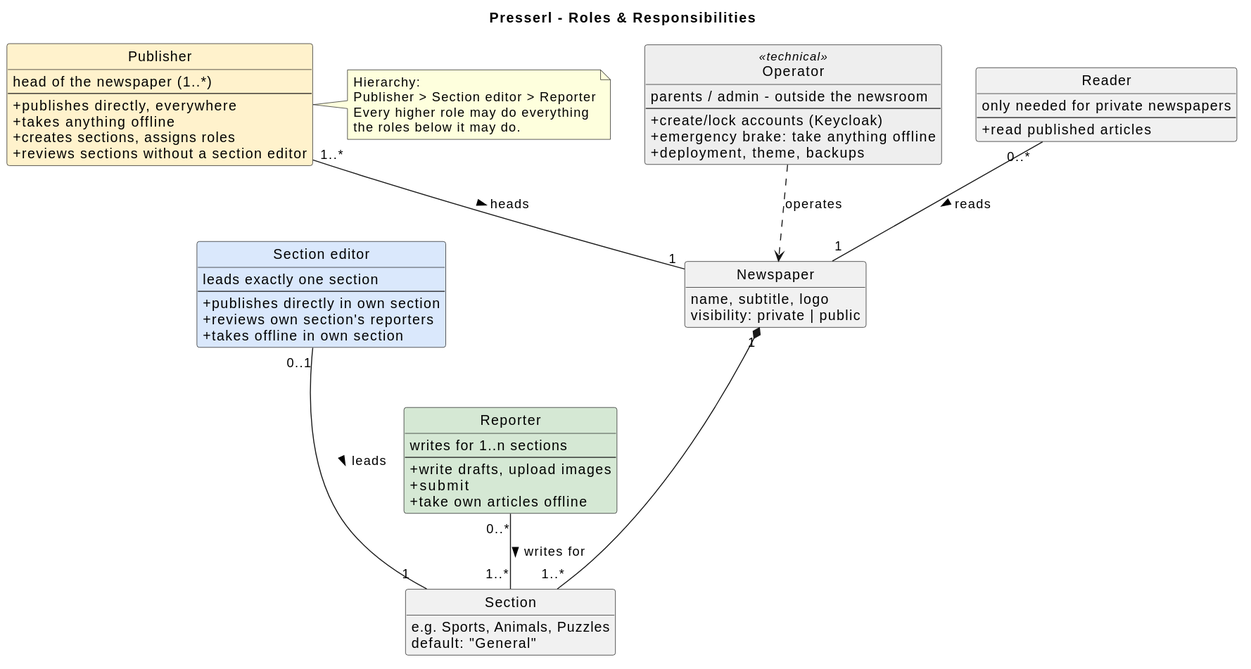
Earlier version of the PlantUML export docs/diagrams/roles.svg (UnterrainerInformatik/presserl). Its diagram source:
```plantuml
@startuml
title Presserl - Roles & Responsibilities
skinparam shadowing false
skinparam defaultFontName Sans-Serif
skinparam classAttributeIconSize 0
hide empty members
hide circle

class "Operator" as Operator <<technical>> #EEEEEE {
  parents / admin - outside the newsroom
  --
  + create/lock accounts (Keycloak)
  + emergency brake: take anything offline
  + deployment, theme, backups
}

class "Newspaper" as Newspaper {
  name, subtitle, logo
  visibility: private | public
}

class "Section" as Section {
  e.g. Sports, Animals, Puzzles
  default: "General"
}

class "Publisher" as Publisher #FFF2CC {
  head of the newspaper (1..*)
  --
  + publishes directly, everywhere
  + takes anything offline
  + creates sections, assigns roles
  + reviews sections without a section editor
}

class "Section editor" as Chief #DAE8FC {
  leads exactly one section
  --
  + publishes directly in own section
  + reviews own section's reporters
  + takes offline in own section
}

class "Reporter" as Reporter #D5E8D4 {
  writes for 1..n sections
  --
  + write drafts, upload images
  + submit
  + take own articles offline
}

class "Reader" as Reader {
  only needed for private newspapers
  --
  + read published articles
}

Operator ..> Newspaper : operates
Publisher "1..*" -- "1" Newspaper : heads >
Newspaper "1" *-- "1..*" Section
Chief "0..1" -- "1" Section : leads >
Reporter "0..*" -- "1..*" Section : writes for >
Reader "0..*" -- "1" Newspaper : reads >

Publisher -[hidden]down- Chief
Chief -[hidden]down- Reporter

note right of Publisher
  Hierarchy:
  Publisher > Section editor > Reporter
  Every higher role may do everything
  the roles below it may do.
end note
@enduml
```
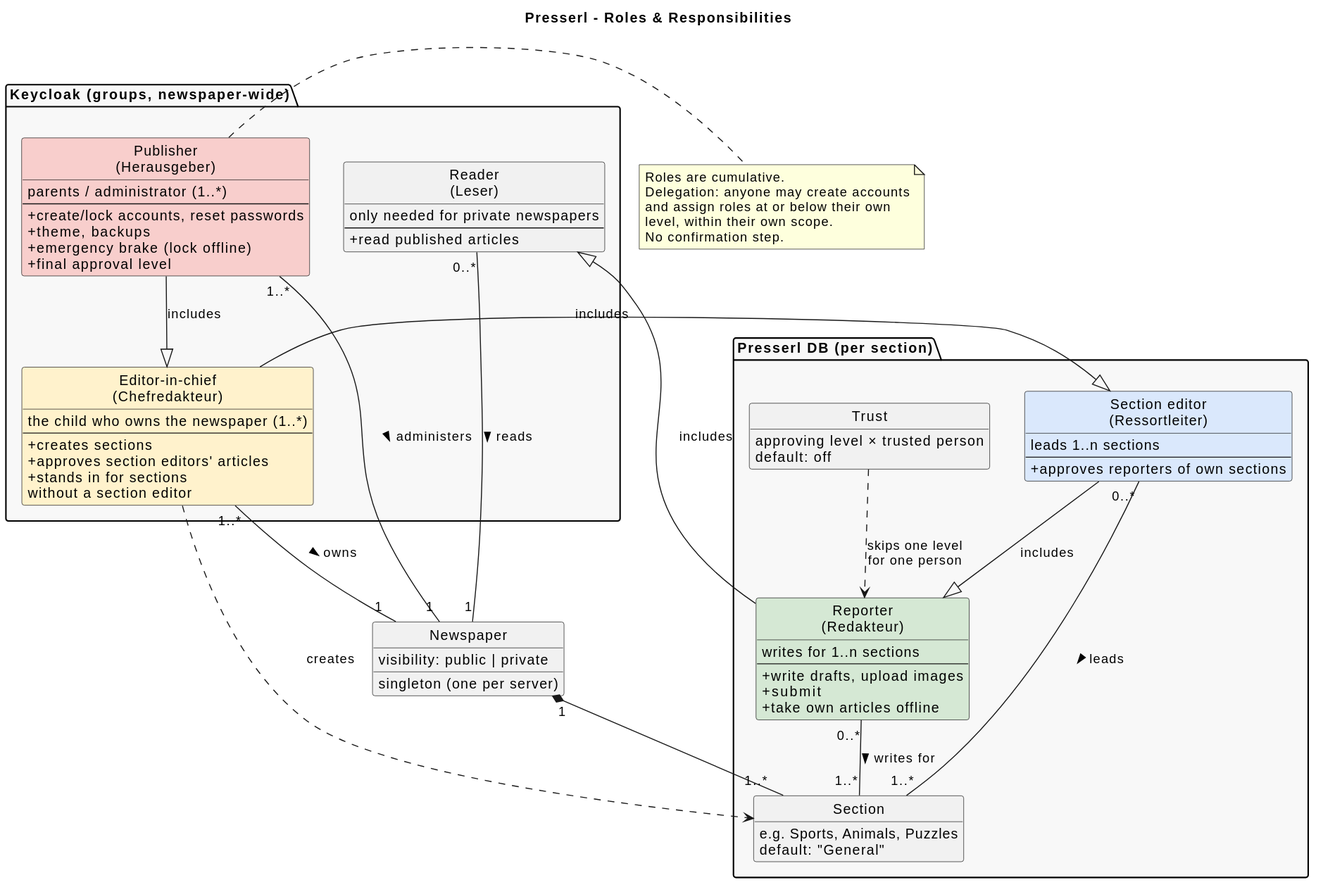
The same file after the commit.

The edit, as a diff of the source:
```diff
@@ -6,69 +6,83 @@
 hide empty members
 hide circle
 
-class "Operator" as Operator <<technical>> #EEEEEE {
-  parents / admin - outside the newsroom
-  --
-  + create/lock accounts (Keycloak)
-  + emergency brake: take anything offline
-  + deployment, theme, backups
+package "Keycloak (groups, newspaper-wide)" #F8F8F8 {
+  class "Publisher\n(Herausgeber)" as Publisher #F8CECC {
+    parents / administrator (1..*)
+    --
+    + create/lock accounts, reset passwords
+    + theme, backups
+    + emergency brake (lock offline)
+    + final approval level
+  }
+
+  class "Editor-in-chief\n(Chefredakteur)" as Chief #FFF2CC {
+    the child who owns the newspaper (1..*)
+    --
+    + creates sections
+    + approves section editors' articles
+    + stands in for sections
+      without a section editor
+  }
+
+  class "Reader\n(Leser)" as Reader {
+    only needed for private newspapers
+    --
+    + read published articles
+  }
+}
+
+package "Presserl DB (per section)" #F8F8F8 {
+  class "Section editor\n(Ressortleiter)" as SectionEditor #DAE8FC {
+    leads 1..n sections
+    --
+    + approves reporters of own sections
+  }
+
+  class "Reporter\n(Redakteur)" as Reporter #D5E8D4 {
+    writes for 1..n sections
+    --
+    + write drafts, upload images
+    + submit
+    + take own articles offline
+  }
+
+  class "Section" as Section {
+    e.g. Sports, Animals, Puzzles
+    default: "General"
+  }
+
+  class "Trust" as Trust {
+    approving level × trusted person
+    default: off
+  }
 }
 
 class "Newspaper" as Newspaper {
-  name, subtitle, logo
-  visibility: private | public
+  singleton (one per server)
+  visibility: public | private
 }
 
-class "Section" as Section {
-  e.g. Sports, Animals, Puzzles
-  default: "General"
-}
+Publisher "1..*" -- "1" Newspaper : administers >
+Chief "1..*" -- "1" Newspaper : owns >
+Reader "0..*" -- "1" Newspaper : reads >
+Newspaper "1" *-- "1..*" Section
+SectionEditor "0..*" -- "1..*" Section : leads >
+Reporter "0..*" -- "1..*" Section : writes for >
+Chief ..> Section : creates
 
-class "Publisher" as Publisher #FFF2CC {
-  head of the newspaper (1..*)
-  --
-  + publishes directly, everywhere
-  + takes anything offline
-  + creates sections, assigns roles
-  + reviews sections without a section editor
-}
+Publisher -down-|> Chief : includes
+Chief -down-|> SectionEditor : includes
+SectionEditor -down-|> Reporter : includes
+Reporter -down-|> Reader : includes
 
-class "Section editor" as Chief #DAE8FC {
-  leads exactly one section
-  --
-  + publishes directly in own section
-  + reviews own section's reporters
-  + takes offline in own section
-}
-
-class "Reporter" as Reporter #D5E8D4 {
-  writes for 1..n sections
-  --
-  + write drafts, upload images
-  + submit
-  + take own articles offline
-}
-
-class "Reader" as Reader {
-  only needed for private newspapers
-  --
-  + read published articles
-}
-
-Operator ..> Newspaper : operates
-Publisher "1..*" -- "1" Newspaper : heads >
-Newspaper "1" *-- "1..*" Section
-Chief "0..1" -- "1" Section : leads >
-Reporter "0..*" -- "1..*" Section : writes for >
-Reader "0..*" -- "1" Newspaper : reads >
-
-Publisher -[hidden]down- Chief
-Chief -[hidden]down- Reporter
+Trust ..> Reporter : skips one level\nfor one person
 
 note right of Publisher
-  Hierarchy:
-  Publisher > Section editor > Reporter
-  Every higher role may do everything
-  the roles below it may do.
+  Roles are cumulative.
+  Delegation: anyone may create accounts
+  and assign roles at or below their own
+  level, within their own scope.
+  No confirmation step.
 end note
 @enduml
```
